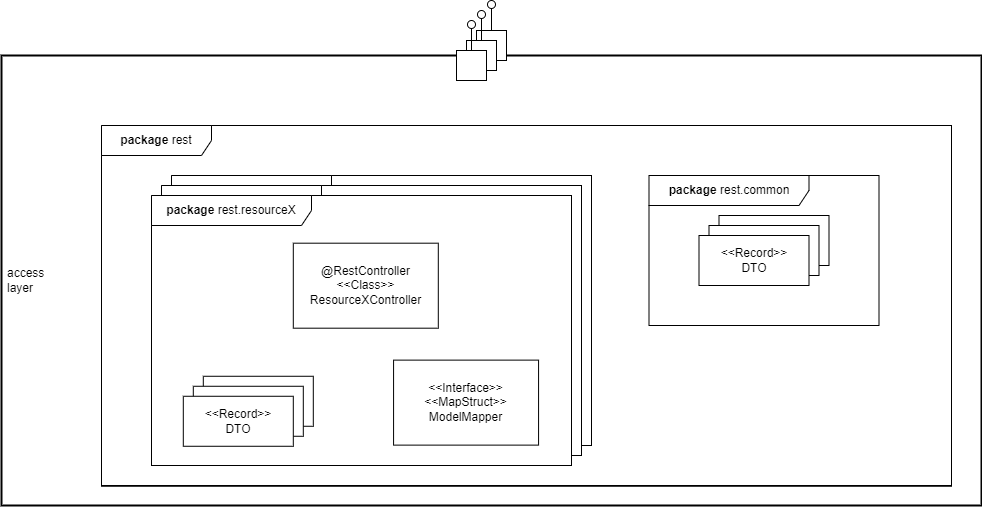
The draw.io diagram docs/src/public/componentsOfAccessLayer.drawio.png in it-at-m/Wahllokalsystem, before a commit. Source tidied: cells renumbered, new cells last; positions are measured from the earlier drawing's top-left corner, leaving out a move shared by most shapes. The source it was exported from:
```xml
<mxGraphModel>
  <root>
    <mxCell id="0" />
    <mxCell id="1" parent="0" />
    <mxCell id="2" value="access&lt;br&gt;layer" style="html=1;whiteSpace=wrap;align=left;spacingLeft=4;fillColor=default;strokeWidth=2;" parent="1" vertex="1">
      <mxGeometry y="55" width="980" height="450" as="geometry" />
    </mxCell>
    <mxCell id="3" style="rounded=0;whiteSpace=wrap;html=1;" parent="1" vertex="1">
      <mxGeometry x="100" y="125" width="850" height="360.8" as="geometry" />
    </mxCell>
    <mxCell id="4" value="&lt;b&gt;package&lt;/b&gt;&amp;nbsp;rest" style="shape=umlFrame;whiteSpace=wrap;html=1;width=110;fillColor=default;height=30;" parent="3" vertex="1">
      <mxGeometry width="850" height="360" as="geometry" />
    </mxCell>
    <mxCell id="5" value="&lt;b&gt;package&lt;/b&gt;&amp;nbsp;rest.common" style="shape=umlFrame;whiteSpace=wrap;html=1;width=160;fillColor=default;" parent="4" vertex="1">
      <mxGeometry x="547.5" y="50" width="230" height="150" as="geometry" />
    </mxCell>
    <mxCell id="6" style="group;" parent="5" vertex="1">
      <mxGeometry x="50" y="40" width="130" height="70" as="geometry" />
    </mxCell>
    <mxCell id="7" value="&lt;div&gt;&lt;span style=&quot;background-color: initial;&quot;&gt;&amp;lt;&amp;lt;Record&amp;gt;&amp;gt;&lt;/span&gt;&lt;br&gt;&lt;/div&gt;CommonModel" style="rounded=0;whiteSpace=wrap;html=1;strokeWidth=1;strokeColor=#000000;" parent="6" vertex="1">
      <mxGeometry x="20" width="110" height="50" as="geometry" />
    </mxCell>
    <mxCell id="8" value="&lt;div&gt;&lt;span style=&quot;background-color: initial;&quot;&gt;&amp;lt;&amp;lt;Record&amp;gt;&amp;gt;&lt;/span&gt;&lt;br&gt;&lt;/div&gt;CommonModel" style="rounded=0;whiteSpace=wrap;html=1;strokeWidth=1;strokeColor=#000000;" parent="6" vertex="1">
      <mxGeometry x="10" y="10" width="110" height="50" as="geometry" />
    </mxCell>
    <mxCell id="9" value="&lt;div&gt;&lt;span style=&quot;background-color: initial;&quot;&gt;&amp;lt;&amp;lt;Record&amp;gt;&amp;gt;&lt;/span&gt;&lt;br&gt;&lt;/div&gt;DTO" style="rounded=0;whiteSpace=wrap;html=1;strokeWidth=1;strokeColor=#000000;" parent="6" vertex="1">
      <mxGeometry y="20" width="110" height="50" as="geometry" />
    </mxCell>
    <mxCell id="10" style="group;" parent="3" vertex="1">
      <mxGeometry x="50" y="50" width="440" height="290" as="geometry" />
    </mxCell>
    <mxCell id="11" style="rounded=0;whiteSpace=wrap;html=1;" parent="10" vertex="1">
      <mxGeometry x="20" width="420" height="270" as="geometry" />
    </mxCell>
    <mxCell id="12" style="shape=umlFrame;whiteSpace=wrap;html=1;width=160;fillColor=default;" parent="11" vertex="1">
      <mxGeometry width="420" height="270" as="geometry" />
    </mxCell>
    <mxCell id="13" style="rounded=0;whiteSpace=wrap;html=1;" parent="10" vertex="1">
      <mxGeometry x="10" y="10" width="420" height="270" as="geometry" />
    </mxCell>
    <mxCell id="14" style="shape=umlFrame;whiteSpace=wrap;html=1;width=160;fillColor=default;" parent="13" vertex="1">
      <mxGeometry width="420" height="270" as="geometry" />
    </mxCell>
    <mxCell id="15" style="rounded=0;whiteSpace=wrap;html=1;" parent="10" vertex="1">
      <mxGeometry y="20" width="420" height="270" as="geometry" />
    </mxCell>
    <mxCell id="16" value="&lt;b&gt;package&lt;/b&gt;&amp;nbsp;rest.resourceX" style="shape=umlFrame;whiteSpace=wrap;html=1;width=160;fillColor=default;" parent="15" vertex="1">
      <mxGeometry width="420" height="270" as="geometry" />
    </mxCell>
    <mxCell id="17" value="&lt;div&gt;&lt;span style=&quot;background-color: initial;&quot;&gt;&amp;lt;&amp;lt;Record&amp;gt;&amp;gt;&lt;/span&gt;&lt;br&gt;&lt;/div&gt;Model" style="rounded=0;whiteSpace=wrap;html=1;strokeWidth=1;strokeColor=#000000;" parent="15" vertex="1">
      <mxGeometry x="51.8" y="180.8" width="110" height="50" as="geometry" />
    </mxCell>
    <mxCell id="18" value="&lt;div&gt;&lt;span style=&quot;background-color: initial;&quot;&gt;&amp;lt;&amp;lt;Record&amp;gt;&amp;gt;&lt;/span&gt;&lt;br&gt;&lt;/div&gt;Model" style="rounded=0;whiteSpace=wrap;html=1;strokeWidth=1;strokeColor=#000000;" parent="15" vertex="1">
      <mxGeometry x="41.8" y="190.8" width="110" height="50" as="geometry" />
    </mxCell>
    <mxCell id="19" value="&lt;div&gt;&lt;span style=&quot;background-color: initial;&quot;&gt;@RestController&lt;/span&gt;&lt;/div&gt;&lt;div&gt;&lt;span style=&quot;background-color: initial;&quot;&gt;&amp;lt;&amp;lt;Class&amp;gt;&amp;gt;&lt;/span&gt;&lt;/div&gt;&lt;div&gt;&lt;span style=&quot;background-color: initial;&quot;&gt;ResourceXController&lt;/span&gt;&lt;/div&gt;" style="rounded=0;whiteSpace=wrap;html=1;strokeWidth=1;strokeColor=#000000;" parent="15" vertex="1">
      <mxGeometry x="141.8" y="47.7" width="145" height="85" as="geometry" />
    </mxCell>
    <mxCell id="20" value="&lt;div&gt;&lt;span style=&quot;background-color: initial;&quot;&gt;&amp;lt;&amp;lt;Record&amp;gt;&amp;gt;&lt;/span&gt;&lt;br&gt;&lt;/div&gt;DTO" style="rounded=0;whiteSpace=wrap;html=1;strokeWidth=1;strokeColor=#000000;" parent="15" vertex="1">
      <mxGeometry x="31.8" y="200.8" width="110" height="50" as="geometry" />
    </mxCell>
    <mxCell id="21" value="&lt;div&gt;&lt;span style=&quot;background-color: initial;&quot;&gt;&amp;lt;&amp;lt;Interface&amp;gt;&amp;gt;&lt;/span&gt;&lt;br&gt;&lt;/div&gt;&lt;div&gt;&lt;span style=&quot;background-color: initial;&quot;&gt;&amp;lt;&amp;lt;MapStruct&amp;gt;&amp;gt;&lt;/span&gt;&lt;/div&gt;ModelMapper" style="rounded=0;whiteSpace=wrap;html=1;strokeWidth=1;strokeColor=#000000;" parent="15" vertex="1">
      <mxGeometry x="242.1" y="164.6" width="145" height="85" as="geometry" />
    </mxCell>
    <mxCell id="22" style="group;rotation=-90;" parent="1" vertex="1">
      <mxGeometry x="440" y="15" width="80" height="50" as="geometry" />
    </mxCell>
    <mxCell id="23" style="group;rotation=-90;" parent="22" vertex="1">
      <mxGeometry x="20" width="60" height="30" as="geometry" />
    </mxCell>
    <mxCell id="24" style="html=1;rounded=0;rotation=-90;" parent="23" vertex="1">
      <mxGeometry x="15" y="15" width="30" height="30" as="geometry" />
    </mxCell>
    <mxCell id="25" style="endArrow=none;html=1;rounded=0;align=center;verticalAlign=top;endFill=0;labelBackgroundColor=none;endSize=2;" parent="23" edge="1" source="24" target="26">
      <mxGeometry relative="1" as="geometry" />
    </mxCell>
    <mxCell id="26" style="ellipse;html=1;fontSize=11;align=center;fillColor=none;points=[];verticalAlign=bottom;labelPosition=center;verticalLabelPosition=top;flipH=1;rotation=-90;" parent="23" vertex="1">
      <mxGeometry x="26" y="-15" width="8" height="8" as="geometry" />
    </mxCell>
    <mxCell id="27" style="group;rotation=-90;" parent="22" vertex="1">
      <mxGeometry x="10" y="10" width="60" height="30" as="geometry" />
    </mxCell>
    <mxCell id="28" style="html=1;rounded=0;rotation=-90;" parent="27" vertex="1">
      <mxGeometry x="15" y="15" width="30" height="30" as="geometry" />
    </mxCell>
    <mxCell id="29" style="endArrow=none;html=1;rounded=0;align=center;verticalAlign=top;endFill=0;labelBackgroundColor=none;endSize=2;" parent="27" edge="1" source="28" target="30">
      <mxGeometry relative="1" as="geometry" />
    </mxCell>
    <mxCell id="30" style="ellipse;html=1;fontSize=11;align=center;fillColor=none;points=[];verticalAlign=bottom;labelPosition=center;verticalLabelPosition=top;flipH=1;rotation=-90;" parent="27" vertex="1">
      <mxGeometry x="26" y="-15" width="8" height="8" as="geometry" />
    </mxCell>
    <mxCell id="31" style="group;rotation=-90;" parent="22" vertex="1">
      <mxGeometry y="20" width="60" height="30" as="geometry" />
    </mxCell>
    <mxCell id="32" style="html=1;rounded=0;rotation=-90;" parent="31" vertex="1">
      <mxGeometry x="15" y="15" width="30" height="30" as="geometry" />
    </mxCell>
    <mxCell id="33" style="endArrow=none;html=1;rounded=0;align=center;verticalAlign=top;endFill=0;labelBackgroundColor=none;endSize=2;" parent="31" edge="1" source="32" target="34">
      <mxGeometry relative="1" as="geometry" />
    </mxCell>
    <mxCell id="34" style="ellipse;html=1;fontSize=11;align=center;fillColor=none;points=[];verticalAlign=bottom;labelPosition=center;verticalLabelPosition=top;flipH=1;rotation=-90;" parent="31" vertex="1">
      <mxGeometry x="26" y="-15" width="8" height="8" as="geometry" />
    </mxCell>
  </root>
</mxGraphModel>
```
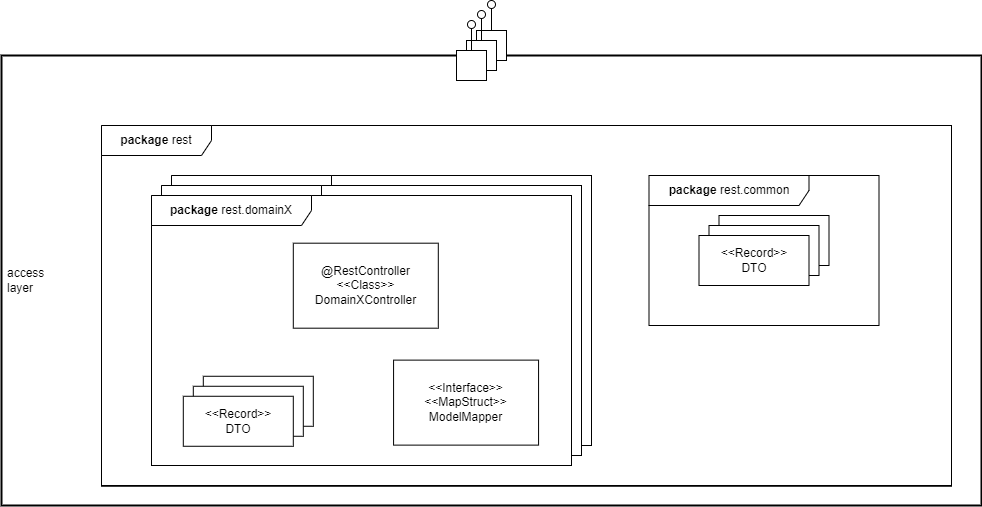
The same file after the commit.

The edit, as a diff of the source:
```diff
@@ -44,7 +44,7 @@
     <mxCell id="15" style="rounded=0;whiteSpace=wrap;html=1;" parent="10" vertex="1">
       <mxGeometry y="20" width="420" height="270" as="geometry" />
     </mxCell>
-    <mxCell id="16" value="&lt;b&gt;package&lt;/b&gt;&amp;nbsp;rest.resourceX" style="shape=umlFrame;whiteSpace=wrap;html=1;width=160;fillColor=default;" parent="15" vertex="1">
+    <mxCell id="16" value="&lt;b&gt;package&lt;/b&gt;&amp;nbsp;rest.domainX" style="shape=umlFrame;whiteSpace=wrap;html=1;width=160;fillColor=default;" parent="15" vertex="1">
       <mxGeometry width="420" height="270" as="geometry" />
     </mxCell>
     <mxCell id="17" value="&lt;div&gt;&lt;span style=&quot;background-color: initial;&quot;&gt;&amp;lt;&amp;lt;Record&amp;gt;&amp;gt;&lt;/span&gt;&lt;br&gt;&lt;/div&gt;Model" style="rounded=0;whiteSpace=wrap;html=1;strokeWidth=1;strokeColor=#000000;" parent="15" vertex="1">
@@ -53,7 +53,7 @@
     <mxCell id="18" value="&lt;div&gt;&lt;span style=&quot;background-color: initial;&quot;&gt;&amp;lt;&amp;lt;Record&amp;gt;&amp;gt;&lt;/span&gt;&lt;br&gt;&lt;/div&gt;Model" style="rounded=0;whiteSpace=wrap;html=1;strokeWidth=1;strokeColor=#000000;" parent="15" vertex="1">
       <mxGeometry x="41.8" y="190.8" width="110" height="50" as="geometry" />
     </mxCell>
-    <mxCell id="19" value="&lt;div&gt;&lt;span style=&quot;background-color: initial;&quot;&gt;@RestController&lt;/span&gt;&lt;/div&gt;&lt;div&gt;&lt;span style=&quot;background-color: initial;&quot;&gt;&amp;lt;&amp;lt;Class&amp;gt;&amp;gt;&lt;/span&gt;&lt;/div&gt;&lt;div&gt;&lt;span style=&quot;background-color: initial;&quot;&gt;ResourceXController&lt;/span&gt;&lt;/div&gt;" style="rounded=0;whiteSpace=wrap;html=1;strokeWidth=1;strokeColor=#000000;" parent="15" vertex="1">
+    <mxCell id="19" value="&lt;div&gt;&lt;span style=&quot;background-color: initial;&quot;&gt;@RestController&lt;/span&gt;&lt;/div&gt;&lt;div&gt;&lt;span style=&quot;background-color: initial;&quot;&gt;&amp;lt;&amp;lt;Class&amp;gt;&amp;gt;&lt;/span&gt;&lt;/div&gt;&lt;div&gt;&lt;span style=&quot;background-color: initial;&quot;&gt;DomainXController&lt;/span&gt;&lt;/div&gt;" style="rounded=0;whiteSpace=wrap;html=1;strokeWidth=1;strokeColor=#000000;" parent="15" vertex="1">
       <mxGeometry x="141.8" y="47.7" width="145" height="85" as="geometry" />
     </mxCell>
     <mxCell id="20" value="&lt;div&gt;&lt;span style=&quot;background-color: initial;&quot;&gt;&amp;lt;&amp;lt;Record&amp;gt;&amp;gt;&lt;/span&gt;&lt;br&gt;&lt;/div&gt;DTO" style="rounded=0;whiteSpace=wrap;html=1;strokeWidth=1;strokeColor=#000000;" parent="15" vertex="1">
```
